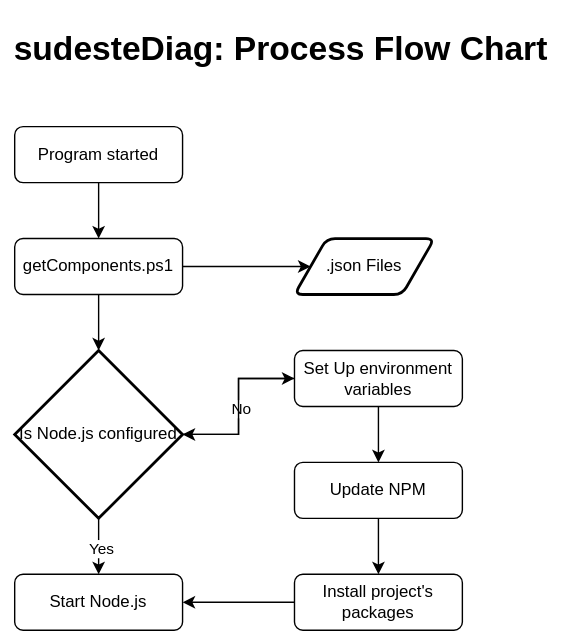
facu8990/sudesteDiag keeps this draw.io diagram as sudesteDiagFlow.svg. Above is the earlier version. Source tidied: cells renumbered, new cells last; positions are measured from the earlier drawing's top-left corner, leaving out a move shared by most shapes.
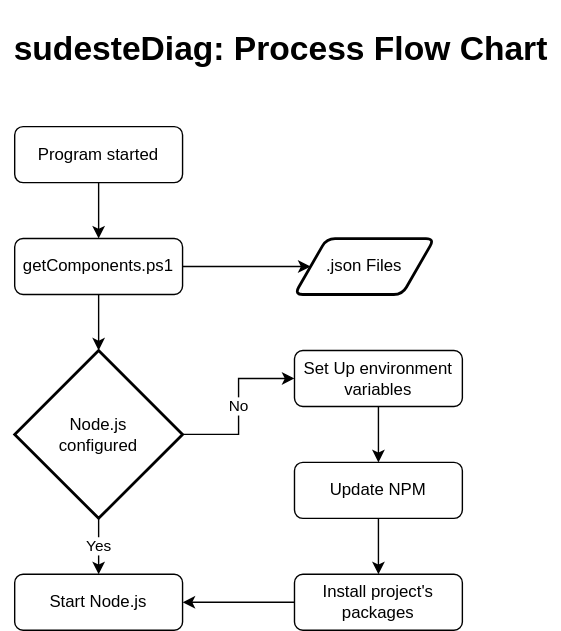
The same file after the commit.

The edit, as a diff of the source:
```diff
@@ -29,7 +29,7 @@
     <mxCell id="10" style="endArrow=classic;html=1;rounded=0;exitX=1;exitY=0.5;exitDx=0;exitDy=0;entryX=0;entryY=0.5;entryDx=0;entryDy=0;" parent="2" edge="1" source="8" target="9">
       <mxGeometry relative="1" as="geometry" />
     </mxCell>
-    <mxCell id="11" value="Is Node.js configured" style="strokeWidth=2;html=1;shape=mxgraph.flowchart.decision;whiteSpace=wrap;" parent="2" vertex="1">
+    <mxCell id="11" value="Node.js&lt;br&gt;configured" style="strokeWidth=2;html=1;shape=mxgraph.flowchart.decision;whiteSpace=wrap;" parent="2" vertex="1">
       <mxGeometry x="10" y="250" width="120" height="120" as="geometry" />
     </mxCell>
     <mxCell id="12" style="endArrow=classic;html=1;rounded=0;exitX=1;exitY=0.5;exitDx=0;exitDy=0;exitPerimeter=0;entryX=0;entryY=0.5;entryDx=0;entryDy=0;edgeStyle=orthogonalEdgeStyle;" parent="2" edge="1" source="11" target="6">
@@ -59,9 +59,6 @@
     <mxCell id="20" style="endArrow=classic;html=1;rounded=0;exitX=0.5;exitY=1;exitDx=0;exitDy=0;entryX=0.5;entryY=0;entryDx=0;entryDy=0;" parent="2" edge="1" source="3" target="8">
       <mxGeometry relative="1" as="geometry" />
     </mxCell>
-    <mxCell id="21" style="edgeStyle=orthogonalEdgeStyle;rounded=0;jettySize=auto;html=1;" parent="2" edge="1" source="6" target="11">
-      <mxGeometry relative="1" as="geometry" />
-    </mxCell>
     <mxCell id="22" style="endArrow=classic;html=1;rounded=0;exitX=0.5;exitY=1;exitDx=0;exitDy=0;entryX=0.5;entryY=0;entryDx=0;entryDy=0;entryPerimeter=0;" parent="2" edge="1" source="8" target="11">
       <mxGeometry relative="1" as="geometry" />
     </mxCell>
```
